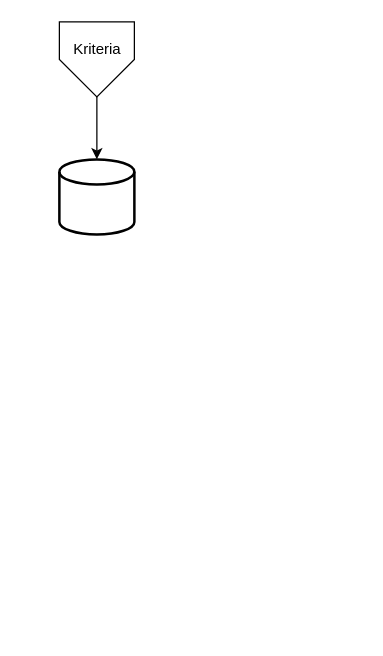
muhfajarm/laravel-file-manager keeps this draw.io diagram as page "Tabs Kriteria" (2 of 2) of FilemanagerLPMI.drawio. Above is the earlier version. Source tidied: cells renumbered, new cells numbered last; positions are measured from the earlier drawing's top-left corner, leaving out a move shared by most shapes. Both pictures are drawn from the tidied source at 125%, with x=0, y=0 at pixel (59, 21).
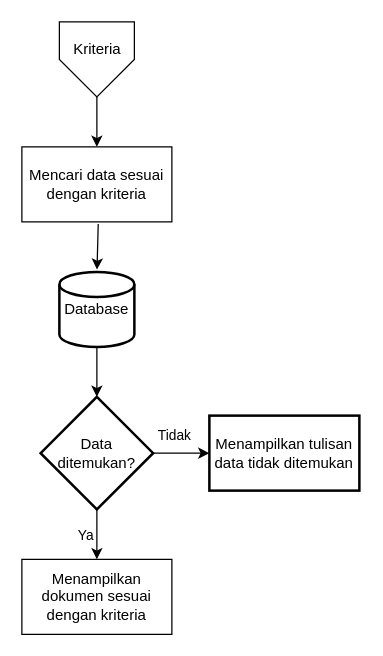
After the change.

Commit message:
Update - Page Kriteria - FilemanagerLPMI.drawio

The edit, as a diff of the source:
```diff
@@
 <mxGraphModel>
   <root>
     <mxCell id="0" />
     <mxCell id="1" parent="0" />
+    <mxCell id="5" style="edgeStyle=orthogonalEdgeStyle;rounded=0;jettySize=auto;html=1;entryX=0.5;entryY=0;entryDx=0;entryDy=0;exitX=0.5;exitY=1;exitDx=0;exitDy=0;" parent="1" edge="1" source="2" target="6">
+      <mxGeometry relative="1" as="geometry" />
+    </mxCell>
     <mxCell id="2" value="Kriteria" style="verticalLabelPosition=bottom;verticalAlign=top;html=1;shape=offPageConnector;rounded=0;size=0.5;spacingLeft=0;spacingRight=0;spacingTop=0;spacingBottom=0;spacing=-50;" parent="1" vertex="1">
       <mxGeometry width="60" height="60" as="geometry" />
     </mxCell>
-    <mxCell id="3" style="strokeWidth=2;html=1;shape=mxgraph.flowchart.database;whiteSpace=wrap;" parent="1" vertex="1">
-      <mxGeometry y="110" width="60" height="60" as="geometry" />
-    </mxCell>
-    <mxCell id="4" style="endArrow=classic;html=1;rounded=0;exitX=0.5;exitY=1;exitDx=0;exitDy=0;entryX=0.5;entryY=0;entryDx=0;entryDy=0;entryPerimeter=0;" parent="1" edge="1" source="2" target="3">
-      <mxGeometry relative="1" as="geometry" />
-    </mxCell>
+    <mxCell id="6" value="Mencari data sesuai dengan kriteria" style="rounded=0;whiteSpace=wrap;html=1;" parent="1" vertex="1">
+      <mxGeometry x="-30" y="100" width="120" height="60" as="geometry" />
+    </mxCell>
+    <mxCell id="7" style="edgeStyle=orthogonalEdgeStyle;rounded=0;jettySize=auto;html=1;" parent="1" edge="1" source="8" target="15">
+      <mxGeometry relative="1" as="geometry" />
+    </mxCell>
+    <mxCell id="8" value="Database" style="strokeWidth=2;html=1;shape=mxgraph.flowchart.database;whiteSpace=wrap;" parent="1" vertex="1">
+      <mxGeometry y="200" width="60" height="60" as="geometry" />
+    </mxCell>
+    <mxCell id="9" style="edgeStyle=orthogonalEdgeStyle;rounded=0;jettySize=auto;html=1;entryX=0.502;entryY=-0.03;entryDx=0;entryDy=0;entryPerimeter=0;exitX=0.509;exitY=1.028;exitDx=0;exitDy=0;exitPerimeter=0;" parent="1" edge="1" source="6" target="8">
+      <mxGeometry relative="1" as="geometry" />
+    </mxCell>
+    <mxCell id="10" style="edgeStyle=orthogonalEdgeStyle;rounded=0;jettySize=auto;html=1;entryX=0.5;entryY=0;entryDx=0;entryDy=0;exitX=0.5;exitY=1;exitDx=0;exitDy=0;" parent="1" edge="1" source="15" target="12">
+      <mxGeometry relative="1" as="geometry">
+        <Array as="points">
+          <mxPoint x="30" y="400" />
+          <mxPoint x="30" y="400" />
+        </Array>
+      </mxGeometry>
+    </mxCell>
+    <mxCell id="11" value="Ya" style="edgeLabel;html=1;align=center;verticalAlign=middle;" parent="10" vertex="1">
+      <mxGeometry x="0.83" relative="1" as="geometry">
+        <mxPoint x="-10" y="-17" as="offset" />
+      </mxGeometry>
+    </mxCell>
+    <mxCell id="12" value="Menampilkan dokumen sesuai dengan kriteria" style="rounded=0;whiteSpace=wrap;html=1;" parent="1" vertex="1">
+      <mxGeometry x="-30" y="430" width="120" height="60" as="geometry" />
+    </mxCell>
+    <mxCell id="13" style="edgeStyle=orthogonalEdgeStyle;rounded=0;jettySize=auto;html=1;" parent="1" edge="1" source="15" target="16">
+      <mxGeometry relative="1" as="geometry" />
+    </mxCell>
+    <mxCell id="14" value="Tidak" style="edgeLabel;html=1;align=center;verticalAlign=middle;" parent="13" vertex="1">
+      <mxGeometry x="-0.62" relative="1" as="geometry">
+        <mxPoint x="7" y="-15" as="offset" />
+      </mxGeometry>
+    </mxCell>
+    <mxCell id="15" value="Data ditemukan?" style="rhombus;whiteSpace=wrap;html=1;strokeWidth=2;verticalAlign=middle;" parent="1" vertex="1">
+      <mxGeometry x="-15" y="300" width="90" height="90" as="geometry" />
+    </mxCell>
+    <mxCell id="16" value="Menampilkan tulisan data tidak ditemukan" style="whiteSpace=wrap;html=1;strokeWidth=2;" parent="1" vertex="1">
+      <mxGeometry x="120" y="315" width="120" height="60" as="geometry" />
+    </mxCell>
   </root>
 </mxGraphModel>
```
